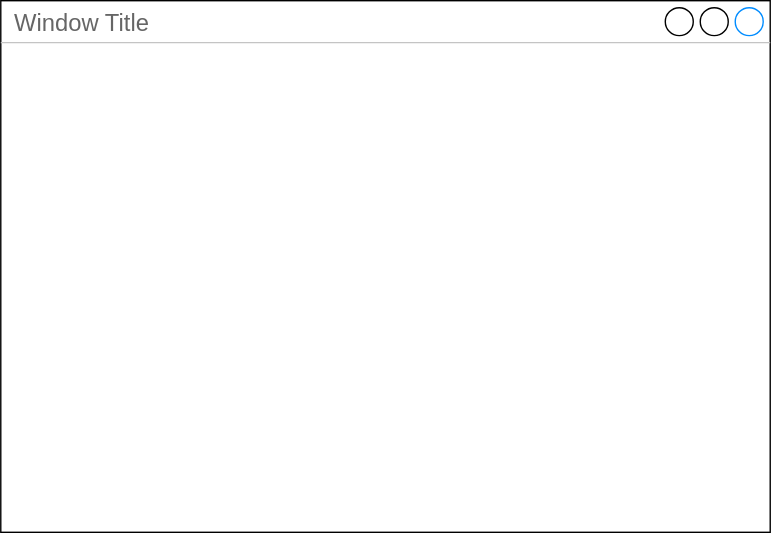
Neo-hash-gif/sampleRepo keeps this draw.io diagram as クラス図.drawio.svg. Above is the earlier version. Source tidied: cells renumbered, new cells last; positions are measured from the earlier drawing's top-left corner, leaving out a move shared by most shapes. The source it was exported from:
```xml
<mxGraphModel>
  <root>
    <mxCell id="0" />
    <mxCell id="1" parent="0" />
    <mxCell id="2" value="Window Title" style="strokeWidth=1;shadow=0;dashed=0;align=center;html=1;shape=mxgraph.mockup.containers.window;align=left;verticalAlign=top;spacingLeft=8;strokeColor2=#008cff;strokeColor3=#c4c4c4;fontColor=#666666;mainText=;fontSize=17;labelBackgroundColor=none;whiteSpace=wrap;" parent="1" vertex="1">
      <mxGeometry width="550" height="380" as="geometry" />
    </mxCell>
  </root>
</mxGraphModel>
```
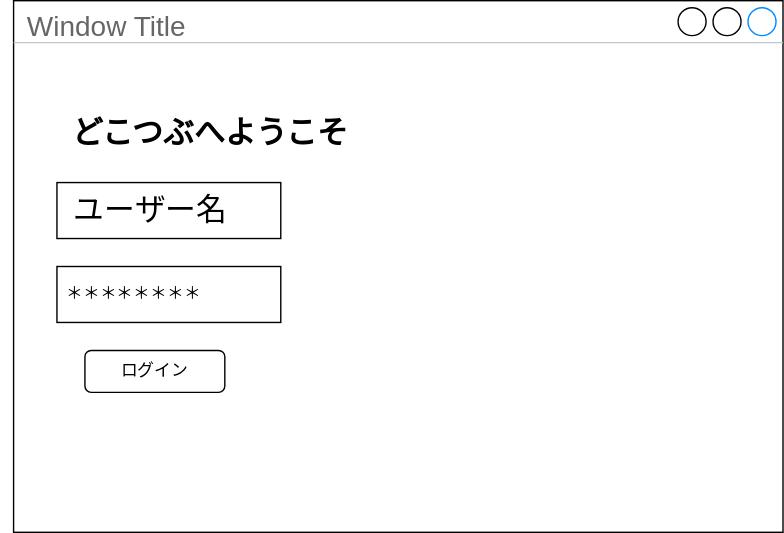
After the change.

Commit message:
クラス図.drawio.svg を更新します

Change to the diagram source:
```diff
@@ -2,8 +2,32 @@
   <root>
     <mxCell id="0" />
     <mxCell id="1" parent="0" />
+    <mxCell id="3" style="rounded=0;whiteSpace=wrap;html=1;" parent="1" vertex="1">
+      <mxGeometry x="31" y="140" width="170" height="30" as="geometry" />
+    </mxCell>
-    <mxCell id="2" value="Window Title" style="strokeWidth=1;shadow=0;dashed=0;align=center;html=1;shape=mxgraph.mockup.containers.window;align=left;verticalAlign=top;spacingLeft=8;strokeColor2=#008cff;strokeColor3=#c4c4c4;fontColor=#666666;mainText=;fontSize=17;labelBackgroundColor=none;whiteSpace=wrap;" parent="1" vertex="1">
+    <mxCell id="2" value="Window Title" style="strokeWidth=1;shadow=0;dashed=0;align=center;html=1;shape=mxgraph.mockup.containers.window;align=left;verticalAlign=top;spacingLeft=8;strokeColor2=#008cff;strokeColor3=#c4c4c4;fontColor=#666666;mainText=;fontSize=20;labelBackgroundColor=none;whiteSpace=wrap;" parent="1" vertex="1">
       <mxGeometry width="550" height="380" as="geometry" />
     </mxCell>
+    <mxCell id="4" value="どこつぶへようこそ" style="text;strokeColor=none;align=center;fillColor=none;html=1;verticalAlign=middle;whiteSpace=wrap;rounded=0;fontStyle=1;fontSize=22;" parent="1" vertex="1">
+      <mxGeometry x="41" y="80" width="200" height="30" as="geometry" />
+    </mxCell>
+    <mxCell id="5" style="rounded=0;whiteSpace=wrap;html=1;labelBackgroundColor=default;" parent="1" vertex="1">
+      <mxGeometry x="31" y="130" width="160" height="40" as="geometry" />
+    </mxCell>
+    <mxCell id="6" value="ユーザー名　　　　" style="text;strokeColor=none;align=left;fillColor=none;html=1;verticalAlign=middle;whiteSpace=wrap;rounded=0;labelBorderColor=none;textShadow=0;fontSize=22;" parent="1" vertex="1">
+      <mxGeometry x="41" y="135" width="120" height="30" as="geometry" />
+    </mxCell>
+    <mxCell id="7" style="rounded=0;whiteSpace=wrap;html=1;" parent="1" vertex="1">
+      <mxGeometry x="31" y="190" width="160" height="40" as="geometry" />
+    </mxCell>
+    <mxCell id="8" value="＊＊＊＊＊＊＊＊" style="text;strokeColor=none;align=center;fillColor=none;html=1;verticalAlign=middle;whiteSpace=wrap;rounded=0;" parent="1" vertex="1">
+      <mxGeometry x="-9" y="195" width="190" height="30" as="geometry" />
+    </mxCell>
+    <mxCell id="9" style="rounded=1;whiteSpace=wrap;html=1;" parent="1" vertex="1">
+      <mxGeometry x="51" y="250" width="100" height="30" as="geometry" />
+    </mxCell>
+    <mxCell id="10" value="ログイン" style="text;html=1;align=center;verticalAlign=middle;whiteSpace=wrap;rounded=0;" parent="1" vertex="1">
+      <mxGeometry x="71" y="250" width="60" height="30" as="geometry" />
+    </mxCell>
   </root>
 </mxGraphModel>
```
